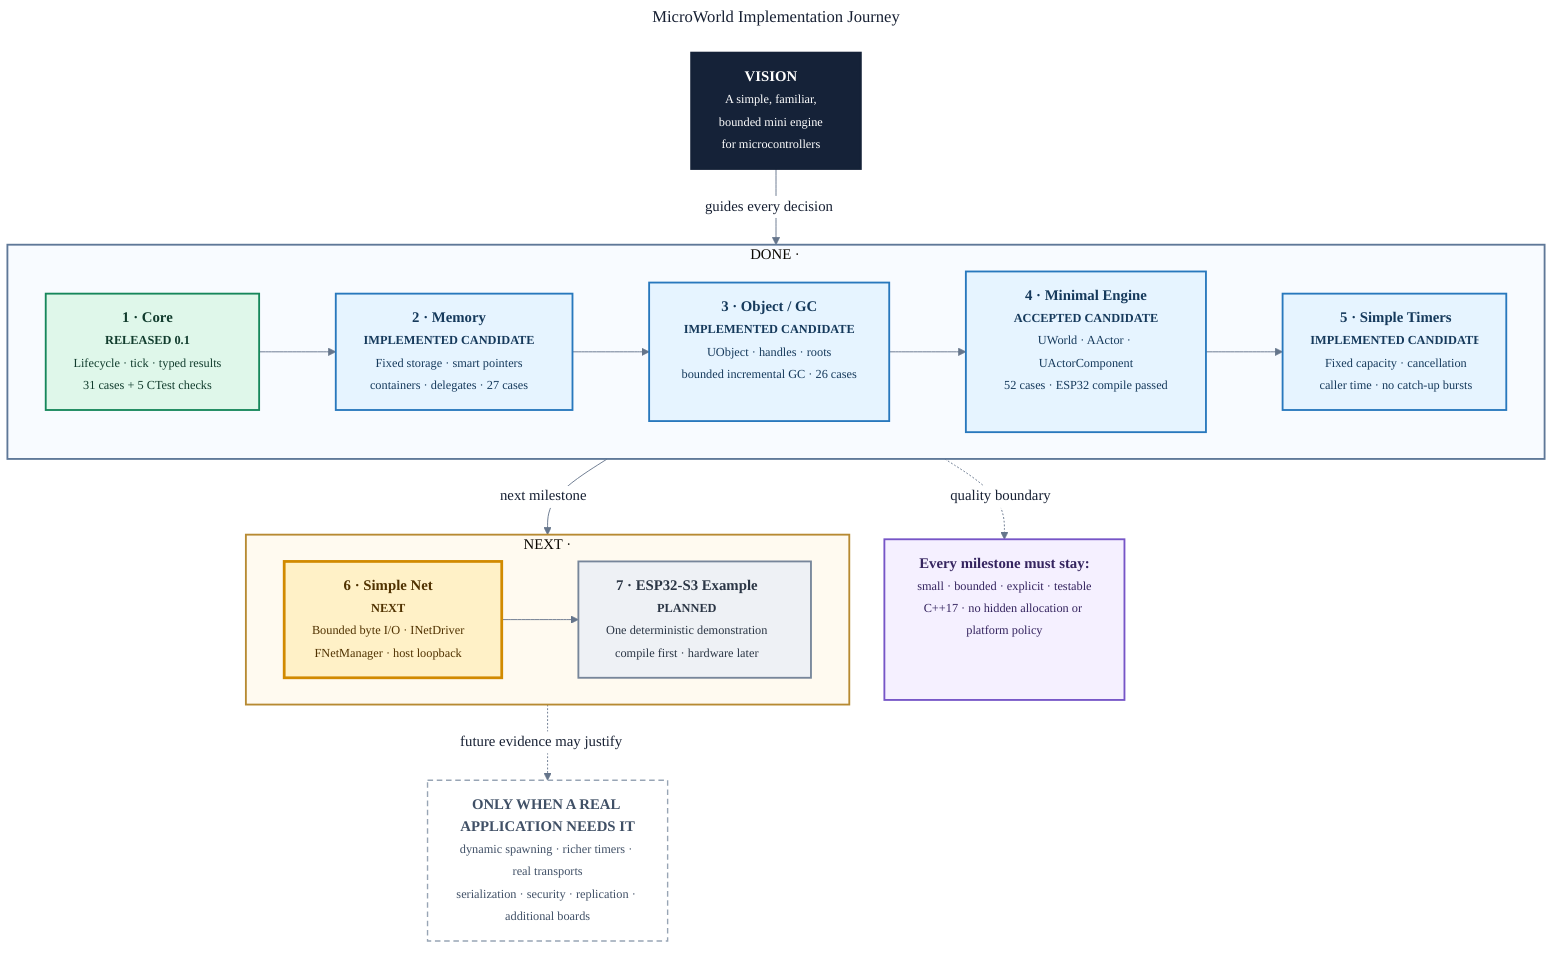
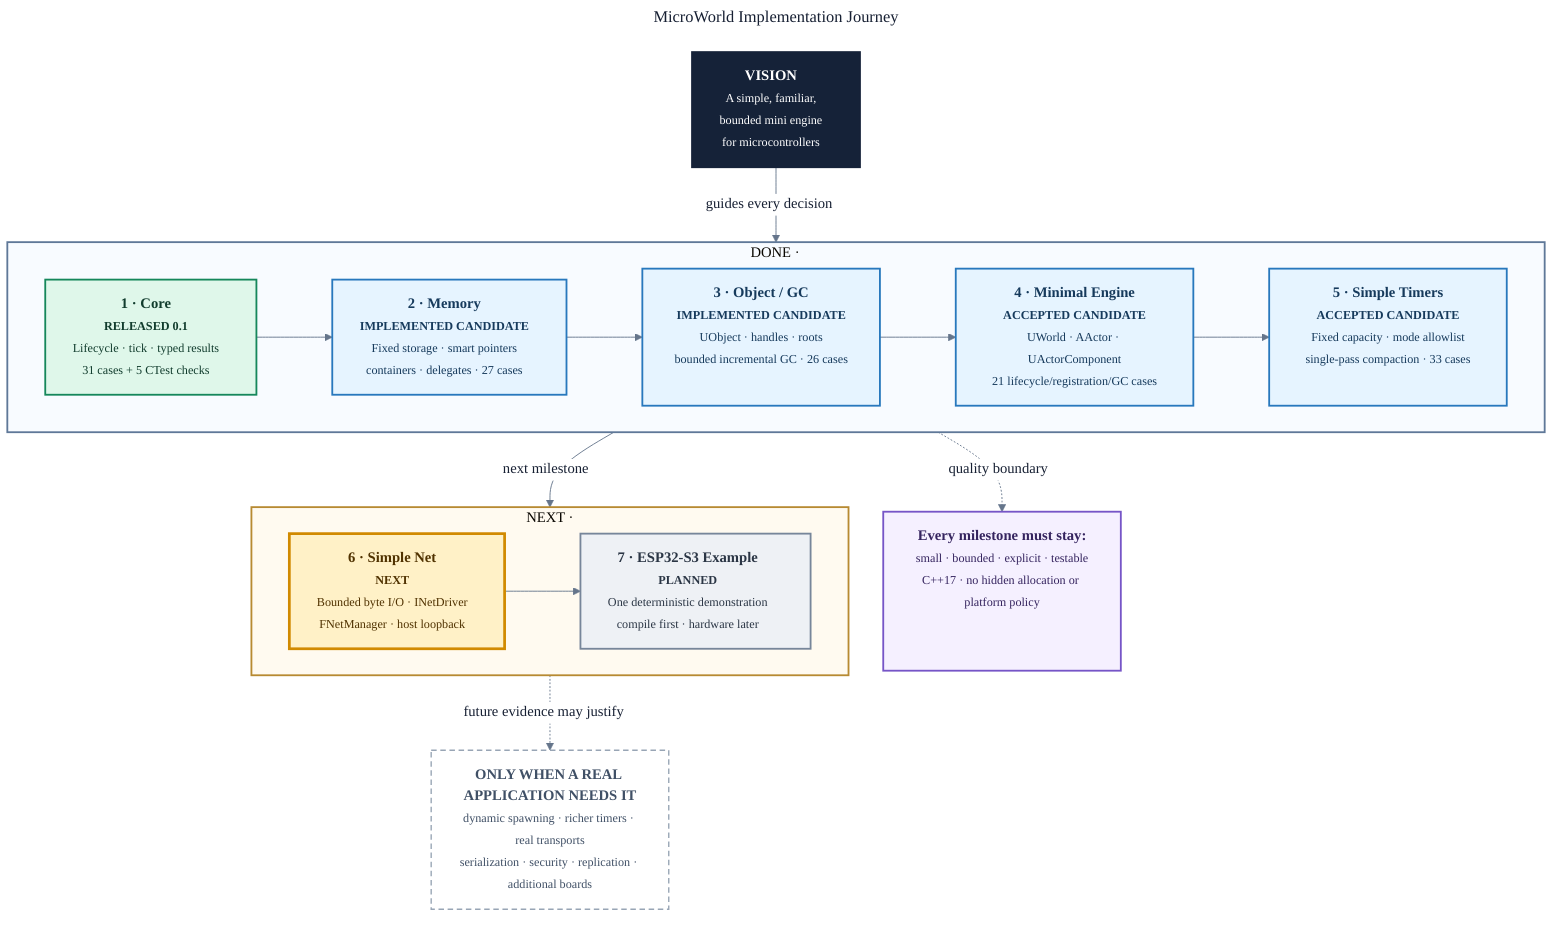
---
title: MicroWorld Implementation Journey
---
%%{init: {
  "theme": "base",
  "themeVariables": {
    "fontFamily": "Segoe UI, Arial, sans-serif",
    "primaryTextColor": "#172033",
    "lineColor": "#65758b",
    "edgeLabelBackground": "#ffffff"
  },
  "flowchart": {
    "htmlLabels": true,
    "curve": "basis",
    "nodeSpacing": 38,
    "rankSpacing": 58
  }
}}%%
flowchart TB
    VISION["<b>VISION</b><br/><small>A simple, familiar,<br/>bounded mini engine<br/>for microcontrollers</small>"]

    subgraph VERIFIED["DONE ·"]
        direction LR
        CORE["<b>1 · Core</b><br/><small><b>RELEASED 0.1</b><br/>Lifecycle · tick · typed results<br/>31 cases + 5 CTest checks</small>"]
        MEMORY["<b>2 · Memory</b><br/><small><b>IMPLEMENTED CANDIDATE</b><br/>Fixed storage · smart pointers<br/>containers · delegates · 27 cases</small>"]
        OBJECT["<b>3 · Object / GC</b><br/><small><b>IMPLEMENTED CANDIDATE</b><br/>UObject · handles · roots<br/>bounded incremental GC · 26 cases</small>"]
-         ENGINE["<b>4 · Minimal Engine</b><br/><small><b>ACCEPTED CANDIDATE</b><br/>UWorld · AActor · UActorComponent<br/>52 cases · ESP32 compile passed</small>"]
-         TIMERS["<b>5 · Simple Timers</b><br/><small><b>IMPLEMENTED CANDIDATE</b><br/>Fixed capacity · cancellation<br/>caller time · no catch-up bursts</small>"]
+         ENGINE["<b>4 · Minimal Engine</b><br/><small><b>ACCEPTED CANDIDATE</b><br/>UWorld · AActor · UActorComponent<br/>21 lifecycle/registration/GC cases</small>"]
+         TIMERS["<b>5 · Simple Timers</b><br/><small><b>ACCEPTED CANDIDATE</b><br/>Fixed capacity · mode allowlist<br/>single-pass compaction · 33 cases</small>"]

        CORE --> MEMORY --> OBJECT --> ENGINE --> TIMERS
    end

    subgraph DELIVERY["NEXT ·"]
        direction LR
        NET["<b>6 · Simple Net</b><br/><small><b>NEXT</b><br/>Bounded byte I/O · INetDriver<br/>FNetManager · host loopback</small>"]
        EXAMPLE["<b>7 · ESP32-S3 Example</b><br/><small><b>PLANNED</b><br/>One deterministic demonstration<br/>compile first · hardware later</small>"]

        NET --> EXAMPLE
    end

    VISION -->|"guides every decision"| CORE
    TIMERS -->|"next milestone"| NET

    ACCEPT["<b>Every milestone must stay:</b><br/><small>small · bounded · explicit · testable<br/>C++17 · no hidden allocation or platform policy</small>"]
    ENGINE -. "quality boundary" .-> ACCEPT

    LATER["<b>ONLY WHEN A REAL APPLICATION NEEDS IT</b><br/><small>dynamic spawning · richer timers · real transports<br/>serialization · security · replication · additional boards</small>"]
    EXAMPLE -. "future evidence may justify" .-> LATER

    classDef vision fill:#152238,stroke:#152238,color:#ffffff,stroke-width:2px;
    classDef released fill:#dff7ea,stroke:#16875b,color:#113c2d,stroke-width:2px;
    classDef candidate fill:#e6f4ff,stroke:#2878bd,color:#163a5c,stroke-width:2px;
    classDef next fill:#fff1c7,stroke:#d18a00,color:#503200,stroke-width:3px;
    classDef planned fill:#eef1f5,stroke:#77869a,color:#2b3645,stroke-width:2px;
    classDef principle fill:#f5f0ff,stroke:#7655c7,color:#35245f,stroke-width:2px;
    classDef later fill:#ffffff,stroke:#98a5b5,color:#405066,stroke-width:1.5px,stroke-dasharray: 6 4;

    class VISION vision;
    class CORE released;
    class MEMORY,OBJECT,ENGINE,TIMERS candidate;
    class NET next;
    class EXAMPLE planned;
    class ACCEPT principle;
    class LATER later;

    style VERIFIED fill:#f8fbff,stroke:#5f7898,stroke-width:2px
    style DELIVERY fill:#fffaf0,stroke:#b78a32,stroke-width:2px
